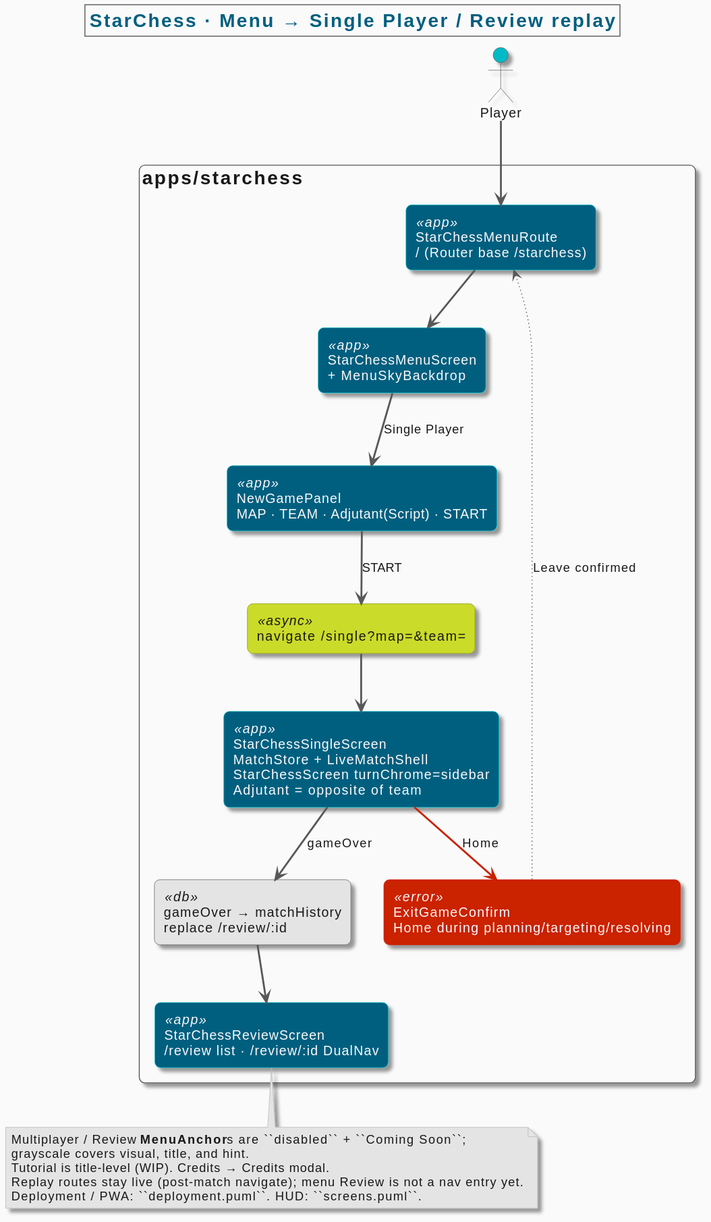
Above: _spec/apps/starchess/menu-flow.svg in proveo-ca/chess-coach (PlantUML), before the change. Its diagram source:
```plantuml
@startuml
!include ../../themes/proveo.puml

skinparam packageStyle rectangle
skinparam defaultTextAlignment left

title StarChess · Menu → Single Player / Review replay

actor Player

package "apps/starchess" {
  component "StarChessMenuRoute\n/ (Router base /starchess)" as MENU <<app>>
  component "StarChessMenuScreen\n+ MenuSkyBackdrop" as UI <<app>>
  component "NewGamePanel\nMAP · TEAM · Adjutant(Script) · START" as SETUP <<app>>
  component "navigate /single?map=&team=" as NAV <<async>>
  component "StarChessSingleScreen\nMatchStore + LiveMatchShell\nStarChessScreen turnChrome=sidebar\nAdjutant = opposite of team" as LIVE <<app>>
  component "ExitGameConfirm\nHome during planning/targeting/resolving" as EXIT <<error>>
  component "gameOver → matchHistory\nreplace /review/:id" as END <<db>>
  component "StarChessReviewScreen\n/review list · /review/:id DualNav" as REV <<app>>
}

Player ARROW_MAIN MENU
MENU ARROW_MAIN UI
UI ARROW_MAIN SETUP : Single Player
SETUP ARROW_MAIN NAV : START
NAV ARROW_MAIN LIVE
LIVE ARROW_ERROR EXIT : Home
EXIT ARROW_OPTIONAL MENU : Leave confirmed
LIVE ARROW_MAIN END : gameOver
END ARROW_MAIN REV

note bottom
  Multiplayer / Review **MenuAnchor**s are ``disabled`` + ``Coming Soon``;
  grayscale covers visual, title, and hint.
  Tutorial is title-level (WIP). Credits → Credits modal.
  Replay routes stay live (post-match navigate); menu Review is not a nav entry yet.
  Deployment / PWA: ``deployment.puml``. HUD: ``screens.puml``.
end note
@enduml
```
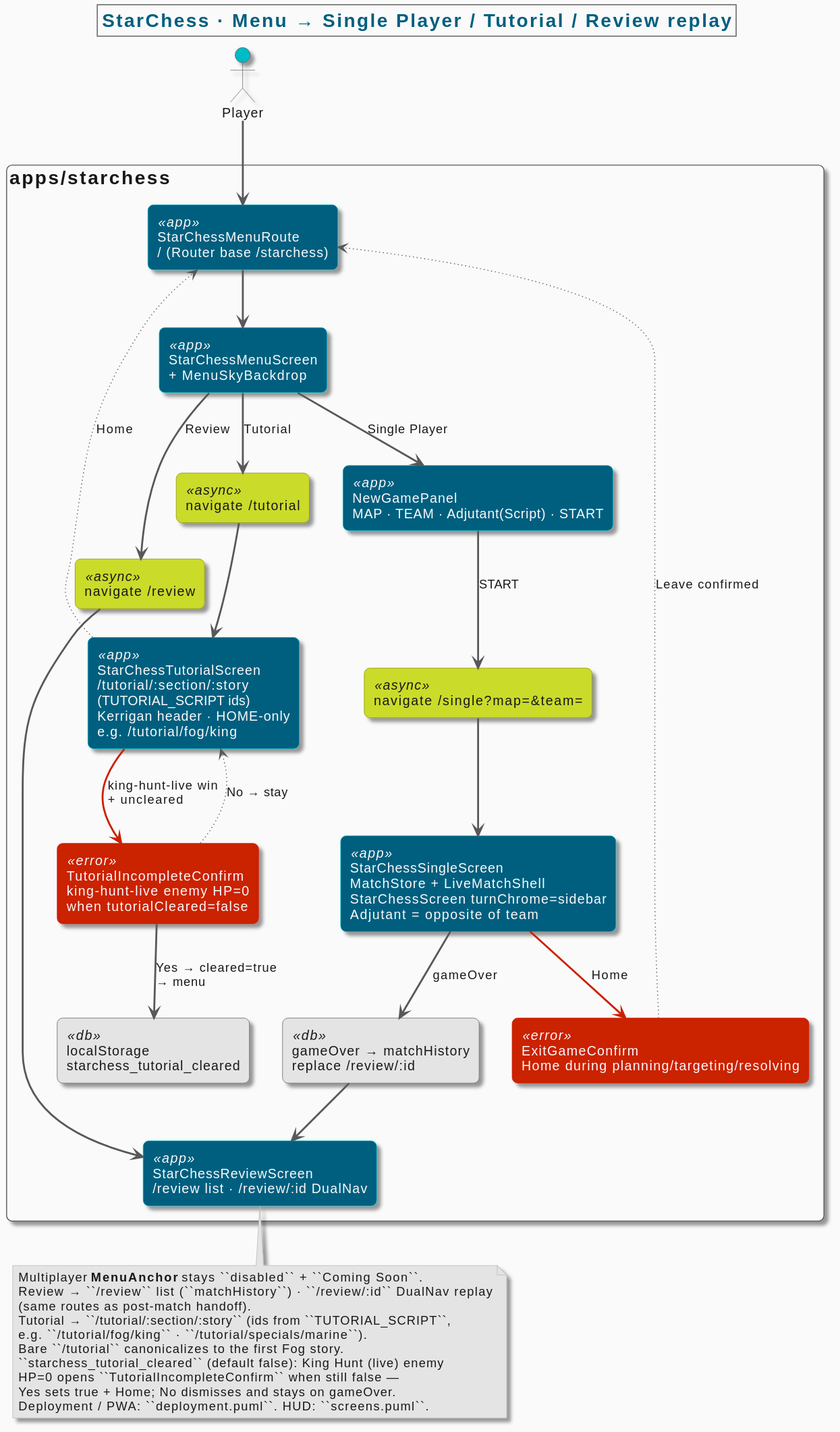
The same file after the commit.

What changed in the source:
```diff
@@ -4,7 +4,7 @@
 skinparam packageStyle rectangle
 skinparam defaultTextAlignment left
 
-title StarChess · Menu → Single Player / Review replay
+title StarChess · Menu → Single Player / Tutorial / Review replay
 
 actor Player
 
@@ -13,7 +13,12 @@
   component "StarChessMenuScreen\n+ MenuSkyBackdrop" as UI <<app>>
   component "NewGamePanel\nMAP · TEAM · Adjutant(Script) · START" as SETUP <<app>>
   component "navigate /single?map=&team=" as NAV <<async>>
+  component "navigate /tutorial" as NAVT <<async>>
+  component "navigate /review" as NAVR <<async>>
   component "StarChessSingleScreen\nMatchStore + LiveMatchShell\nStarChessScreen turnChrome=sidebar\nAdjutant = opposite of team" as LIVE <<app>>
+  component "StarChessTutorialScreen\n/tutorial/:section/:story\n(TUTORIAL_SCRIPT ids)\nKerrigan header · HOME-only\ne.g. /tutorial/fog/king" as TUT <<app>>
+  component "TutorialIncompleteConfirm\nking-hunt-live enemy HP=0\nwhen tutorialCleared=false" as TUTWARN <<error>>
+  component "localStorage\nstarchess_tutorial_cleared" as TUTFLAG <<db>>
   component "ExitGameConfirm\nHome during planning/targeting/resolving" as EXIT <<error>>
   component "gameOver → matchHistory\nreplace /review/:id" as END <<db>>
   component "StarChessReviewScreen\n/review list · /review/:id DualNav" as REV <<app>>
@@ -24,16 +29,29 @@
 UI ARROW_MAIN SETUP : Single Player
 SETUP ARROW_MAIN NAV : START
 NAV ARROW_MAIN LIVE
+UI ARROW_MAIN NAVT : Tutorial
+NAVT ARROW_MAIN TUT
+UI ARROW_MAIN NAVR : Review
+NAVR ARROW_MAIN REV
 LIVE ARROW_ERROR EXIT : Home
 EXIT ARROW_OPTIONAL MENU : Leave confirmed
+TUT ARROW_OPTIONAL MENU : Home
+TUT ARROW_ERROR TUTWARN : king-hunt-live win\n+ uncleared
+TUTWARN ARROW_MAIN TUTFLAG : Yes → cleared=true\n→ menu
+TUTWARN ARROW_OPTIONAL TUT : No → stay
 LIVE ARROW_MAIN END : gameOver
 END ARROW_MAIN REV
 
 note bottom
-  Multiplayer / Review **MenuAnchor**s are ``disabled`` + ``Coming Soon``;
-  grayscale covers visual, title, and hint.
-  Tutorial is title-level (WIP). Credits → Credits modal.
-  Replay routes stay live (post-match navigate); menu Review is not a nav entry yet.
+  Multiplayer **MenuAnchor** stays ``disabled`` + ``Coming Soon``.
+  Review → ``/review`` list (``matchHistory``) · ``/review/:id`` DualNav replay
+  (same routes as post-match handoff).
+  Tutorial → ``/tutorial/:section/:story`` (ids from ``TUTORIAL_SCRIPT``,
+  e.g. ``/tutorial/fog/king`` · ``/tutorial/specials/marine``).
+  Bare ``/tutorial`` canonicalizes to the first Fog story.
+  ``starchess_tutorial_cleared`` (default false): King Hunt (live) enemy
+  HP=0 opens ``TutorialIncompleteConfirm`` when still false —
+  Yes sets true + Home; No dismisses and stays on gameOver.
   Deployment / PWA: ``deployment.puml``. HUD: ``screens.puml``.
 end note
 @enduml
```
